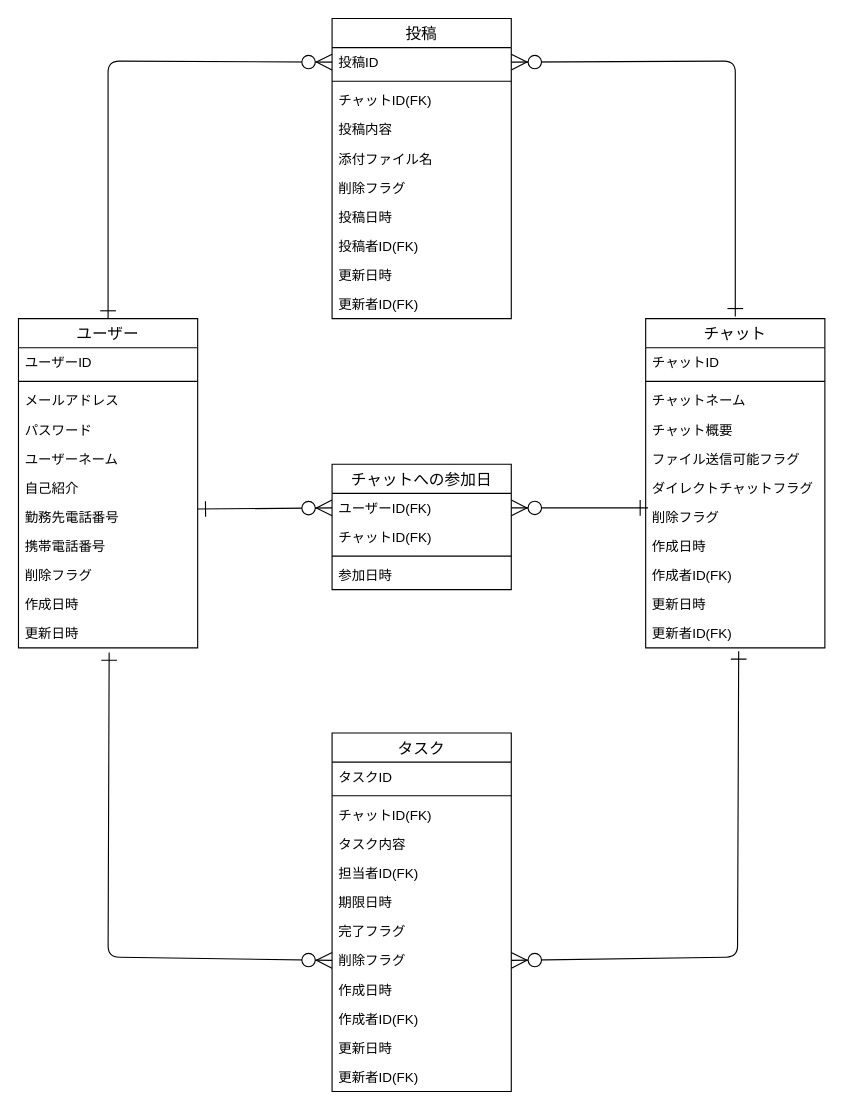
Above: db/db-challenge1/erd.drawio in ryoma-yama/quelcode-db (draw.io), before the change. Source tidied: cells renumbered, new cells numbered last; positions are measured from the earlier drawing's top-left corner, leaving out a move shared by most shapes. Both pictures are drawn from the tidied source at 112%, with x=0, y=0 at pixel (18, 18).
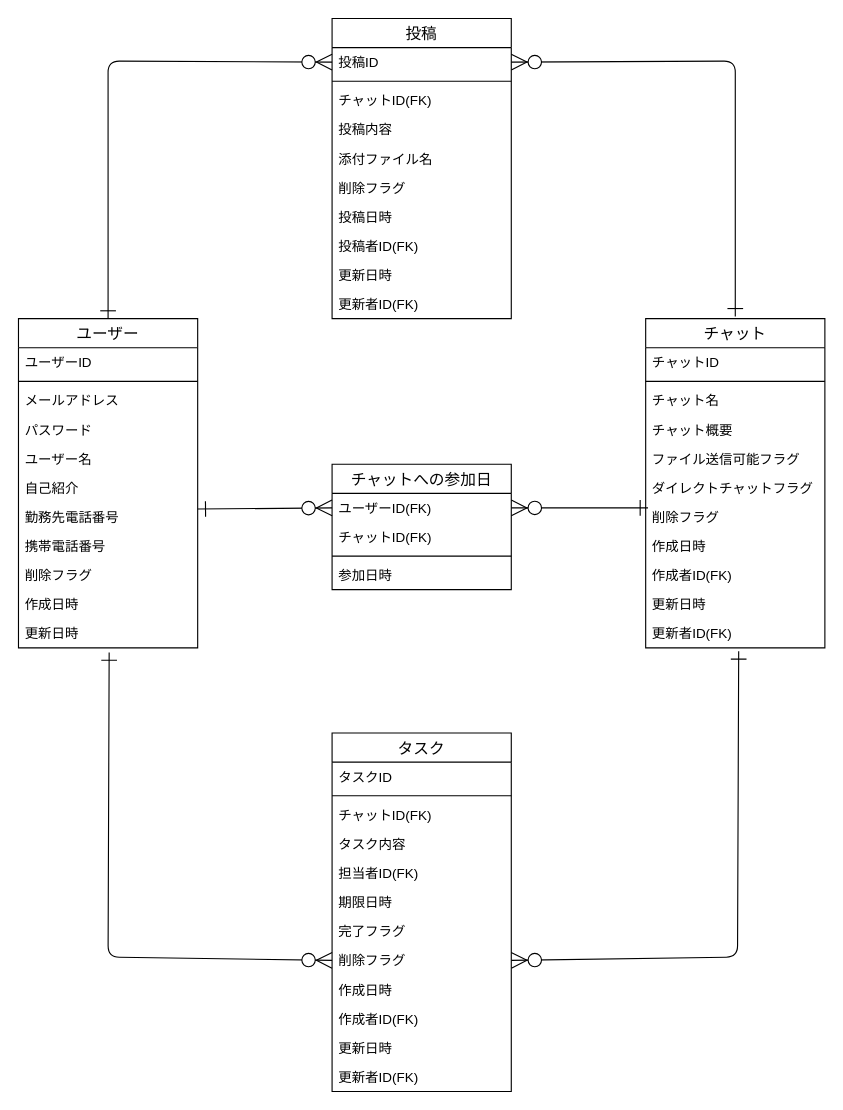
The same page after the edit.

Commit message:
Fix: 〇〇ネームとなっていたところを〇〇名に修正

The change refers to these unchanged cells:
```xml
<mxCell id="3" value="チャット" style="swimlane;fontStyle=0;horizontal=1;startSize=26;align=center;fontSize=14;" parent="1" vertex="1">
  <mxGeometry x="560" y="268" width="160" height="294" as="geometry" />
</mxCell>
<mxCell id="24" value="ユーザー" style="swimlane;fontStyle=0;horizontal=1;startSize=26;align=center;fontSize=14;" parent="1" vertex="1">
  <mxGeometry y="268" width="160" height="294" as="geometry" />
</mxCell>
```

The edit, as a diff of the source:
```diff
@@
-    <mxCell id="6" value="チャットネーム&#10;" style="text;strokeColor=none;fillColor=none;spacingLeft=4;spacingRight=4;overflow=hidden;fontSize=12;" parent="3" vertex="1">
+    <mxCell id="6" value="チャット名&#10;" style="text;strokeColor=none;fillColor=none;spacingLeft=4;spacingRight=4;overflow=hidden;fontSize=12;" parent="3" vertex="1">
       <mxGeometry y="60" width="160" height="26" as="geometry" />
     </mxCell>
@@
-    <mxCell id="29" value="ユーザーネーム&#10;" style="text;strokeColor=none;fillColor=none;spacingLeft=4;spacingRight=4;overflow=hidden;fontSize=12;" parent="24" vertex="1">
+    <mxCell id="29" value="ユーザー名&#10;" style="text;strokeColor=none;fillColor=none;spacingLeft=4;spacingRight=4;overflow=hidden;fontSize=12;" parent="24" vertex="1">
       <mxGeometry y="112" width="160" height="26" as="geometry" />
     </mxCell>
```
